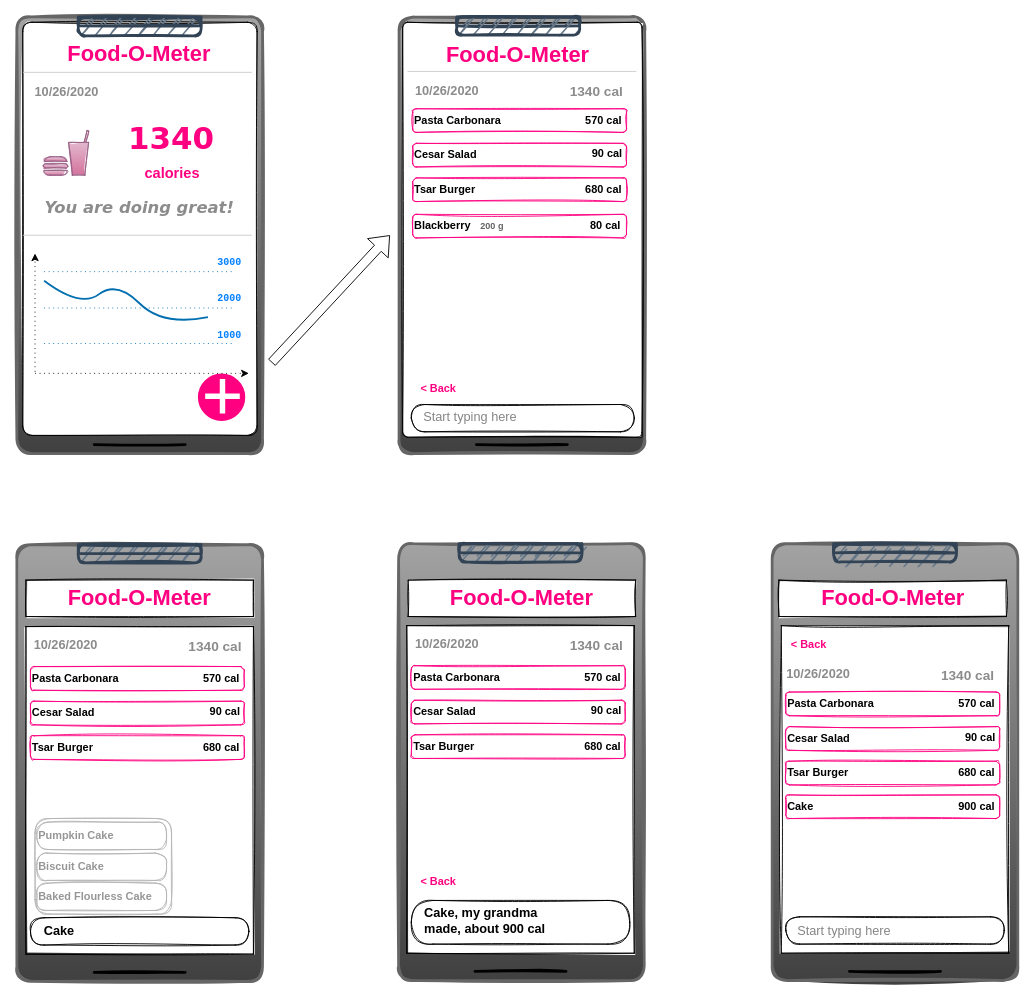
Above: mockups/main.drawio in pezzu/foodometer (draw.io), before the change. Source tidied: cells renumbered, new cells numbered last; positions are measured from the earlier drawing's top-left corner, leaving out a move shared by most shapes. Both pictures are drawn from the tidied source at 91%, with x=0, y=0 at pixel (15, 16).
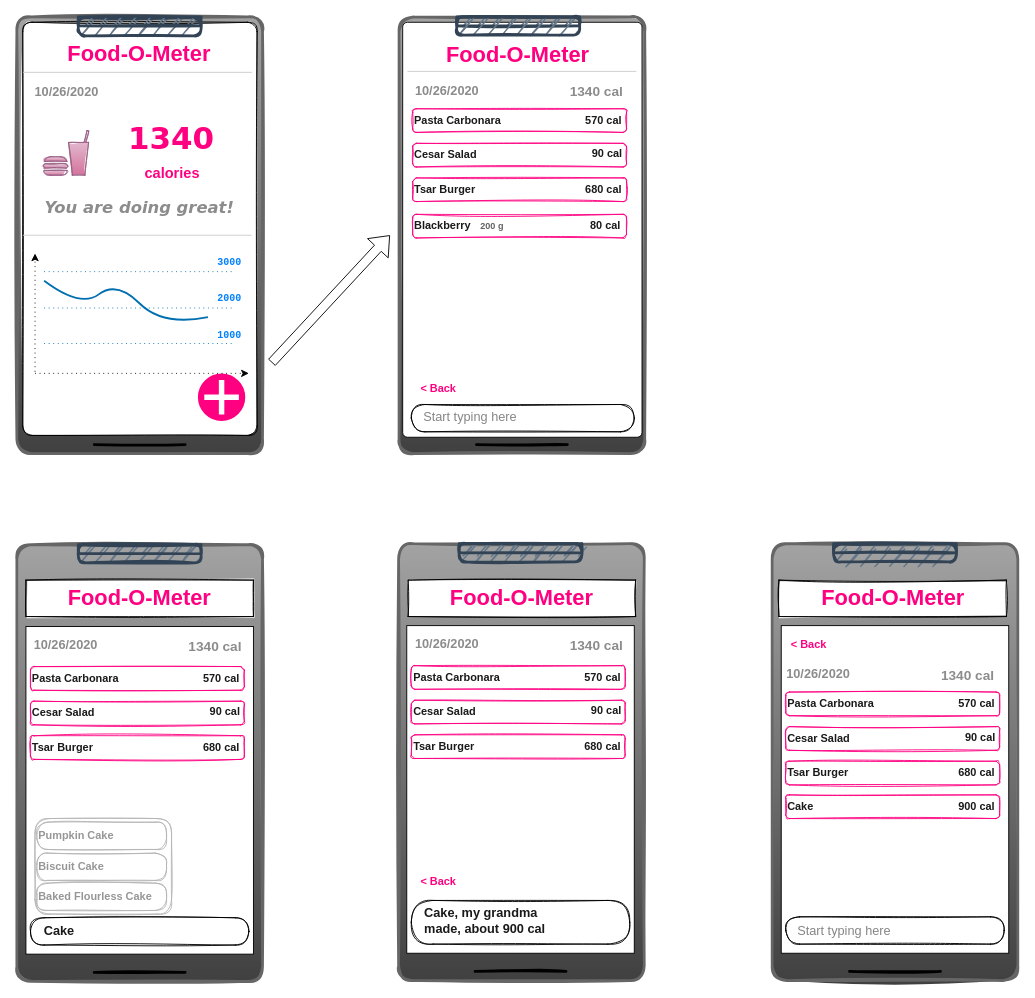
The same diagram, later.

Commit message:
Backgroung color set to white explicitly

Change to the diagram source:
```diff
@@
-    <mxCell id="21" style="rounded=1;whiteSpace=wrap;html=1;sketch=1;strokeWidth=1;fillStyle=solid;arcSize=2;" parent="1" vertex="1">
+    <mxCell id="21" style="rounded=1;whiteSpace=wrap;html=1;sketch=0;strokeWidth=1;fillStyle=auto;arcSize=2;fillColor=#FFFFFF;" parent="1" vertex="1">
       <mxGeometry x="426" y="6" width="263" height="456" as="geometry" />
     </mxCell>
@@
-    <mxCell id="25" value="&lt;b&gt;Pasta Carbonara&lt;/b&gt;" style="rounded=1;whiteSpace=wrap;html=1;sketch=1;strokeWidth=1;align=left;strokeColor=#FF0080;fillColor=none;" parent="1" vertex="1">
+    <mxCell id="25" value="&lt;b&gt;&lt;font color=&quot;#1a1a1a&quot;&gt;Pasta Carbonara&lt;/font&gt;&lt;/b&gt;" style="rounded=1;whiteSpace=wrap;html=1;sketch=1;strokeWidth=1;align=left;strokeColor=#FF0080;fillColor=none;" parent="1" vertex="1">
       <mxGeometry x="437" y="101" width="235" height="26" as="geometry" />
     </mxCell>
-    <mxCell id="26" value="&lt;b&gt;Cesar Salad&lt;/b&gt;" style="rounded=1;whiteSpace=wrap;html=1;sketch=1;strokeWidth=1;align=left;strokeColor=#FF0080;fillColor=none;" parent="1" vertex="1">
+    <mxCell id="26" value="&lt;b&gt;&lt;font color=&quot;#1a1a1a&quot;&gt;Cesar Salad&lt;/font&gt;&lt;/b&gt;" style="rounded=1;whiteSpace=wrap;html=1;sketch=1;strokeWidth=1;align=left;strokeColor=#FF0080;fillColor=none;" parent="1" vertex="1">
       <mxGeometry x="437" y="139" width="235" height="26" as="geometry" />
     </mxCell>
-    <mxCell id="27" value="&lt;b&gt;Tsar Burger&lt;/b&gt;" style="rounded=1;whiteSpace=wrap;html=1;sketch=1;strokeWidth=1;align=left;fillColor=none;strokeColor=#FF0080;" parent="1" vertex="1">
+    <mxCell id="27" value="&lt;b&gt;&lt;font color=&quot;#1a1a1a&quot;&gt;Tsar Burger&lt;/font&gt;&lt;/b&gt;" style="rounded=1;whiteSpace=wrap;html=1;sketch=1;strokeWidth=1;align=left;fillColor=none;strokeColor=#FF0080;" parent="1" vertex="1">
       <mxGeometry x="437" y="177" width="235" height="26" as="geometry" />
     </mxCell>
-    <mxCell id="28" value="&lt;b&gt;570 cal&lt;/b&gt;" style="text;html=1;strokeColor=none;fillColor=none;align=center;verticalAlign=middle;whiteSpace=wrap;rounded=0;sketch=1;" parent="1" vertex="1">
+    <mxCell id="28" value="&lt;b&gt;&lt;font color=&quot;#1a1a1a&quot;&gt;570 cal&lt;/font&gt;&lt;/b&gt;" style="text;html=1;strokeColor=none;fillColor=none;align=center;verticalAlign=middle;whiteSpace=wrap;rounded=0;sketch=1;" parent="1" vertex="1">
       <mxGeometry x="622" y="104" width="50" height="20" as="geometry" />
     </mxCell>
-    <mxCell id="29" value="&lt;b&gt;90 cal&lt;/b&gt;" style="text;html=1;strokeColor=none;fillColor=none;align=center;verticalAlign=middle;whiteSpace=wrap;rounded=0;sketch=1;" parent="1" vertex="1">
+    <mxCell id="29" value="&lt;b&gt;&lt;font color=&quot;#1a1a1a&quot;&gt;90 cal&lt;/font&gt;&lt;/b&gt;" style="text;html=1;strokeColor=none;fillColor=none;align=center;verticalAlign=middle;whiteSpace=wrap;rounded=0;sketch=1;" parent="1" vertex="1">
       <mxGeometry x="626" y="141" width="50" height="20" as="geometry" />
     </mxCell>
-    <mxCell id="30" value="&lt;b&gt;680 cal&lt;/b&gt;" style="text;html=1;strokeColor=none;fillColor=none;align=center;verticalAlign=middle;whiteSpace=wrap;rounded=0;sketch=1;" parent="1" vertex="1">
+    <mxCell id="30" value="&lt;b&gt;&lt;font color=&quot;#1a1a1a&quot;&gt;680 cal&lt;/font&gt;&lt;/b&gt;" style="text;html=1;strokeColor=none;fillColor=none;align=center;verticalAlign=middle;whiteSpace=wrap;rounded=0;sketch=1;" parent="1" vertex="1">
       <mxGeometry x="622" y="180" width="50" height="20" as="geometry" />
     </mxCell>
-    <mxCell id="31" value="&lt;b&gt;Blackberry&lt;/b&gt;" style="rounded=1;whiteSpace=wrap;html=1;sketch=1;strokeWidth=1;align=left;fillColor=none;strokeColor=#FF0080;" parent="1" vertex="1">
+    <mxCell id="31" value="&lt;b&gt;&lt;font color=&quot;#1a1a1a&quot;&gt;Blackberry&lt;/font&gt;&lt;/b&gt;" style="rounded=1;whiteSpace=wrap;html=1;sketch=1;strokeWidth=1;align=left;fillColor=none;strokeColor=#FF0080;" parent="1" vertex="1">
       <mxGeometry x="437" y="217" width="235" height="26" as="geometry" />
     </mxCell>
@@
-    <mxCell id="33" value="&lt;b&gt;80 cal&lt;/b&gt;" style="text;html=1;strokeColor=none;fillColor=none;align=center;verticalAlign=middle;whiteSpace=wrap;rounded=0;sketch=1;" parent="1" vertex="1">
+    <mxCell id="33" value="&lt;b&gt;&lt;font color=&quot;#1a1a1a&quot;&gt;80 cal&lt;/font&gt;&lt;/b&gt;" style="text;html=1;strokeColor=none;fillColor=none;align=center;verticalAlign=middle;whiteSpace=wrap;rounded=0;sketch=1;" parent="1" vertex="1">
       <mxGeometry x="624" y="220" width="50" height="20" as="geometry" />
     </mxCell>
@@
-    <mxCell id="38" style="rounded=0;whiteSpace=wrap;html=1;sketch=1;strokeWidth=1;" parent="1" vertex="1">
+    <mxCell id="38" style="rounded=0;whiteSpace=wrap;html=1;sketch=0;strokeWidth=1;fillColor=#FFFFFF;" parent="1" vertex="1">
       <mxGeometry x="12" y="670" width="250" height="360" as="geometry" />
     </mxCell>
@@
-    <mxCell id="40" value="&lt;font style=&quot;font-size: 14px&quot;&gt;&lt;b&gt;Cake&lt;/b&gt;&lt;/font&gt;" style="text;html=1;strokeColor=none;fillColor=none;align=left;verticalAlign=middle;whiteSpace=wrap;rounded=0;sketch=1;" parent="1" vertex="1">
+    <mxCell id="40" value="&lt;font style=&quot;font-size: 14px&quot; color=&quot;#1a1a1a&quot;&gt;&lt;b&gt;Cake&lt;/b&gt;&lt;/font&gt;" style="text;html=1;strokeColor=none;fillColor=none;align=left;verticalAlign=middle;whiteSpace=wrap;rounded=0;sketch=1;" parent="1" vertex="1">
       <mxGeometry x="29.5" y="995" width="162.5" height="20" as="geometry" />
     </mxCell>
-    <mxCell id="41" value="&lt;b&gt;Pasta Carbonara&lt;/b&gt;" style="rounded=1;whiteSpace=wrap;html=1;sketch=1;strokeWidth=1;align=left;fillColor=none;strokeColor=#FF0080;" parent="1" vertex="1">
+    <mxCell id="41" value="&lt;b&gt;&lt;font color=&quot;#1a1a1a&quot;&gt;Pasta Carbonara&lt;/font&gt;&lt;/b&gt;" style="rounded=1;whiteSpace=wrap;html=1;sketch=1;strokeWidth=1;align=left;fillColor=none;strokeColor=#FF0080;" parent="1" vertex="1">
       <mxGeometry x="17" y="714" width="235" height="26" as="geometry" />
     </mxCell>
-    <mxCell id="42" value="&lt;b&gt;Cesar Salad&lt;/b&gt;" style="rounded=1;whiteSpace=wrap;html=1;sketch=1;strokeWidth=1;align=left;fillColor=none;strokeColor=#FF0080;" parent="1" vertex="1">
+    <mxCell id="42" value="&lt;b&gt;&lt;font color=&quot;#1a1a1a&quot;&gt;Cesar Salad&lt;/font&gt;&lt;/b&gt;" style="rounded=1;whiteSpace=wrap;html=1;sketch=1;strokeWidth=1;align=left;fillColor=none;strokeColor=#FF0080;" parent="1" vertex="1">
       <mxGeometry x="17" y="752" width="235" height="26" as="geometry" />
     </mxCell>
-    <mxCell id="43" value="&lt;b&gt;Tsar Burger&lt;/b&gt;" style="rounded=1;whiteSpace=wrap;html=1;sketch=1;strokeWidth=1;align=left;fillColor=none;strokeColor=#FF0080;" parent="1" vertex="1">
+    <mxCell id="43" value="&lt;b&gt;&lt;font color=&quot;#1a1a1a&quot;&gt;Tsar Burger&lt;/font&gt;&lt;/b&gt;" style="rounded=1;whiteSpace=wrap;html=1;sketch=1;strokeWidth=1;align=left;fillColor=none;strokeColor=#FF0080;" parent="1" vertex="1">
       <mxGeometry x="17" y="790" width="235" height="26" as="geometry" />
     </mxCell>
-    <mxCell id="44" value="&lt;b&gt;570 cal&lt;/b&gt;" style="text;html=1;strokeColor=none;fillColor=none;align=center;verticalAlign=middle;whiteSpace=wrap;rounded=0;sketch=1;" parent="1" vertex="1">
+    <mxCell id="44" value="&lt;b&gt;&lt;font color=&quot;#1a1a1a&quot;&gt;570 cal&lt;/font&gt;&lt;/b&gt;" style="text;html=1;strokeColor=none;fillColor=none;align=center;verticalAlign=middle;whiteSpace=wrap;rounded=0;sketch=1;" parent="1" vertex="1">
       <mxGeometry x="202" y="717" width="50" height="20" as="geometry" />
     </mxCell>
-    <mxCell id="45" value="&lt;b&gt;90 cal&lt;/b&gt;" style="text;html=1;strokeColor=none;fillColor=none;align=center;verticalAlign=middle;whiteSpace=wrap;rounded=0;sketch=1;" parent="1" vertex="1">
+    <mxCell id="45" value="&lt;b&gt;&lt;font color=&quot;#1a1a1a&quot;&gt;90 cal&lt;/font&gt;&lt;/b&gt;" style="text;html=1;strokeColor=none;fillColor=none;align=center;verticalAlign=middle;whiteSpace=wrap;rounded=0;sketch=1;" parent="1" vertex="1">
       <mxGeometry x="206" y="754" width="50" height="20" as="geometry" />
     </mxCell>
-    <mxCell id="46" value="&lt;b&gt;680 cal&lt;/b&gt;" style="text;html=1;strokeColor=none;fillColor=none;align=center;verticalAlign=middle;whiteSpace=wrap;rounded=0;sketch=1;" parent="1" vertex="1">
+    <mxCell id="46" value="&lt;b&gt;&lt;font color=&quot;#1a1a1a&quot;&gt;680 cal&lt;/font&gt;&lt;/b&gt;" style="text;html=1;strokeColor=none;fillColor=none;align=center;verticalAlign=middle;whiteSpace=wrap;rounded=0;sketch=1;" parent="1" vertex="1">
       <mxGeometry x="202" y="793" width="50" height="20" as="geometry" />
     </mxCell>
@@
-    <mxCell id="55" style="rounded=0;whiteSpace=wrap;html=1;sketch=1;strokeWidth=1;" parent="1" vertex="1">
+    <mxCell id="55" style="rounded=0;whiteSpace=wrap;html=1;sketch=0;strokeWidth=1;fillColor=#FFFFFF;" parent="1" vertex="1">
       <mxGeometry x="430.5" y="669" width="250" height="360" as="geometry" />
     </mxCell>
@@
-    <mxCell id="58" value="&lt;font style=&quot;font-size: 14px&quot;&gt;&lt;b&gt;Cake, my grandma made, about 900 cal&lt;/b&gt;&lt;/font&gt;" style="text;html=1;strokeColor=none;fillColor=none;align=left;verticalAlign=middle;whiteSpace=wrap;rounded=0;sketch=1;" parent="1" vertex="1">
+    <mxCell id="58" value="&lt;font style=&quot;font-size: 14px&quot; color=&quot;#1a1a1a&quot;&gt;&lt;b&gt;Cake, my grandma made, about 900 cal&lt;/b&gt;&lt;/font&gt;" style="text;html=1;strokeColor=none;fillColor=none;align=left;verticalAlign=middle;whiteSpace=wrap;rounded=0;sketch=1;" parent="1" vertex="1">
       <mxGeometry x="448" y="971" width="162.5" height="43" as="geometry" />
     </mxCell>
-    <mxCell id="59" value="&lt;b&gt;Pasta Carbonara&lt;/b&gt;" style="rounded=1;whiteSpace=wrap;html=1;sketch=1;strokeWidth=1;align=left;fillColor=none;strokeColor=#FF0080;" parent="1" vertex="1">
+    <mxCell id="59" value="&lt;b&gt;&lt;font color=&quot;#1a1a1a&quot;&gt;Pasta Carbonara&lt;/font&gt;&lt;/b&gt;" style="rounded=1;whiteSpace=wrap;html=1;sketch=1;strokeWidth=1;align=left;fillColor=none;strokeColor=#FF0080;" parent="1" vertex="1">
       <mxGeometry x="435.5" y="713" width="235" height="26" as="geometry" />
     </mxCell>
-    <mxCell id="60" value="&lt;b&gt;Cesar Salad&lt;/b&gt;" style="rounded=1;whiteSpace=wrap;html=1;sketch=1;strokeWidth=1;align=left;fillColor=none;strokeColor=#FF0080;" parent="1" vertex="1">
+    <mxCell id="60" value="&lt;b&gt;&lt;font color=&quot;#1a1a1a&quot;&gt;Cesar Salad&lt;/font&gt;&lt;/b&gt;" style="rounded=1;whiteSpace=wrap;html=1;sketch=1;strokeWidth=1;align=left;fillColor=none;strokeColor=#FF0080;" parent="1" vertex="1">
       <mxGeometry x="435.5" y="751" width="235" height="26" as="geometry" />
     </mxCell>
-    <mxCell id="61" value="&lt;b&gt;Tsar Burger&lt;/b&gt;" style="rounded=1;whiteSpace=wrap;html=1;sketch=1;strokeWidth=1;align=left;fillColor=none;strokeColor=#FF0080;" parent="1" vertex="1">
+    <mxCell id="61" value="&lt;b&gt;&lt;font color=&quot;#1a1a1a&quot;&gt;Tsar Burger&lt;/font&gt;&lt;/b&gt;" style="rounded=1;whiteSpace=wrap;html=1;sketch=1;strokeWidth=1;align=left;fillColor=none;strokeColor=#FF0080;" parent="1" vertex="1">
       <mxGeometry x="435.5" y="789" width="235" height="26" as="geometry" />
     </mxCell>
-    <mxCell id="62" value="&lt;b&gt;570 cal&lt;/b&gt;" style="text;html=1;strokeColor=none;fillColor=none;align=center;verticalAlign=middle;whiteSpace=wrap;rounded=0;sketch=1;" parent="1" vertex="1">
+    <mxCell id="62" value="&lt;b&gt;&lt;font color=&quot;#1a1a1a&quot;&gt;570 cal&lt;/font&gt;&lt;/b&gt;" style="text;html=1;strokeColor=none;fillColor=none;align=center;verticalAlign=middle;whiteSpace=wrap;rounded=0;sketch=1;" parent="1" vertex="1">
       <mxGeometry x="620.5" y="716" width="50" height="20" as="geometry" />
     </mxCell>
-    <mxCell id="63" value="&lt;b&gt;90 cal&lt;/b&gt;" style="text;html=1;strokeColor=none;fillColor=none;align=center;verticalAlign=middle;whiteSpace=wrap;rounded=0;sketch=1;" parent="1" vertex="1">
+    <mxCell id="63" value="&lt;b&gt;&lt;font color=&quot;#1a1a1a&quot;&gt;90 cal&lt;/font&gt;&lt;/b&gt;" style="text;html=1;strokeColor=none;fillColor=none;align=center;verticalAlign=middle;whiteSpace=wrap;rounded=0;sketch=1;" parent="1" vertex="1">
       <mxGeometry x="624.5" y="753" width="50" height="20" as="geometry" />
     </mxCell>
-    <mxCell id="64" value="&lt;b&gt;680 cal&lt;/b&gt;" style="text;html=1;strokeColor=none;fillColor=none;align=center;verticalAlign=middle;whiteSpace=wrap;rounded=0;sketch=1;" parent="1" vertex="1">
+    <mxCell id="64" value="&lt;b&gt;&lt;font color=&quot;#1a1a1a&quot;&gt;680 cal&lt;/font&gt;&lt;/b&gt;" style="text;html=1;strokeColor=none;fillColor=none;align=center;verticalAlign=middle;whiteSpace=wrap;rounded=0;sketch=1;" parent="1" vertex="1">
       <mxGeometry x="620.5" y="792" width="50" height="20" as="geometry" />
     </mxCell>
@@
-    <mxCell id="70" style="rounded=0;whiteSpace=wrap;html=1;sketch=1;strokeWidth=1;" parent="1" vertex="1">
+    <mxCell id="70" style="rounded=0;whiteSpace=wrap;html=1;sketch=0;strokeWidth=1;fillColor=#FFFFFF;" parent="1" vertex="1">
       <mxGeometry x="842" y="669" width="250" height="360" as="geometry" />
     </mxCell>
-    <mxCell id="71" value="&lt;b&gt;Pasta Carbonara&lt;/b&gt;" style="rounded=1;whiteSpace=wrap;html=1;sketch=1;strokeWidth=1;align=left;fillColor=none;strokeColor=#FF0080;" parent="1" vertex="1">
+    <mxCell id="71" value="&lt;b&gt;&lt;font color=&quot;#1a1a1a&quot;&gt;Pasta Carbonara&lt;/font&gt;&lt;/b&gt;" style="rounded=1;whiteSpace=wrap;html=1;sketch=1;strokeWidth=1;align=left;fillColor=none;strokeColor=#FF0080;" parent="1" vertex="1">
       <mxGeometry x="847" y="742" width="235" height="26" as="geometry" />
     </mxCell>
-    <mxCell id="72" value="&lt;b&gt;Cesar Salad&lt;/b&gt;" style="rounded=1;whiteSpace=wrap;html=1;sketch=1;strokeWidth=1;align=left;fillColor=none;strokeColor=#FF0080;" parent="1" vertex="1">
+    <mxCell id="72" value="&lt;b&gt;&lt;font color=&quot;#1a1a1a&quot;&gt;Cesar Salad&lt;/font&gt;&lt;/b&gt;" style="rounded=1;whiteSpace=wrap;html=1;sketch=1;strokeWidth=1;align=left;fillColor=none;strokeColor=#FF0080;" parent="1" vertex="1">
       <mxGeometry x="847" y="780" width="235" height="26" as="geometry" />
     </mxCell>
-    <mxCell id="73" value="&lt;b&gt;Tsar Burger&lt;/b&gt;" style="rounded=1;whiteSpace=wrap;html=1;sketch=1;strokeWidth=1;align=left;fillColor=none;strokeColor=#FF0080;" parent="1" vertex="1">
+    <mxCell id="73" value="&lt;b&gt;&lt;font color=&quot;#1a1a1a&quot;&gt;Tsar Burger&lt;/font&gt;&lt;/b&gt;" style="rounded=1;whiteSpace=wrap;html=1;sketch=1;strokeWidth=1;align=left;fillColor=none;strokeColor=#FF0080;" parent="1" vertex="1">
       <mxGeometry x="847" y="818" width="235" height="26" as="geometry" />
     </mxCell>
-    <mxCell id="74" value="&lt;b&gt;570 cal&lt;/b&gt;" style="text;html=1;strokeColor=none;fillColor=none;align=center;verticalAlign=middle;whiteSpace=wrap;rounded=0;sketch=1;" parent="1" vertex="1">
+    <mxCell id="74" value="&lt;b&gt;&lt;font color=&quot;#1a1a1a&quot;&gt;570 cal&lt;/font&gt;&lt;/b&gt;" style="text;html=1;strokeColor=none;fillColor=none;align=center;verticalAlign=middle;whiteSpace=wrap;rounded=0;sketch=1;" parent="1" vertex="1">
       <mxGeometry x="1032" y="745" width="50" height="20" as="geometry" />
     </mxCell>
-    <mxCell id="75" value="&lt;b&gt;90 cal&lt;/b&gt;" style="text;html=1;strokeColor=none;fillColor=none;align=center;verticalAlign=middle;whiteSpace=wrap;rounded=0;sketch=1;" parent="1" vertex="1">
+    <mxCell id="75" value="&lt;b&gt;&lt;font color=&quot;#1a1a1a&quot;&gt;90 cal&lt;/font&gt;&lt;/b&gt;" style="text;html=1;strokeColor=none;fillColor=none;align=center;verticalAlign=middle;whiteSpace=wrap;rounded=0;sketch=1;" parent="1" vertex="1">
       <mxGeometry x="1036" y="782" width="50" height="20" as="geometry" />
     </mxCell>
-    <mxCell id="76" value="&lt;b&gt;680 cal&lt;/b&gt;" style="text;html=1;strokeColor=none;fillColor=none;align=center;verticalAlign=middle;whiteSpace=wrap;rounded=0;sketch=1;" parent="1" vertex="1">
+    <mxCell id="76" value="&lt;b&gt;&lt;font color=&quot;#1a1a1a&quot;&gt;680 cal&lt;/font&gt;&lt;/b&gt;" style="text;html=1;strokeColor=none;fillColor=none;align=center;verticalAlign=middle;whiteSpace=wrap;rounded=0;sketch=1;" parent="1" vertex="1">
       <mxGeometry x="1032" y="821" width="50" height="20" as="geometry" />
     </mxCell>
@@
-    <mxCell id="79" value="&lt;b&gt;Cake&lt;/b&gt;" style="rounded=1;whiteSpace=wrap;html=1;sketch=1;strokeWidth=1;align=left;fillColor=none;strokeColor=#FF0080;" parent="1" vertex="1">
+    <mxCell id="79" value="&lt;b&gt;&lt;font color=&quot;#1a1a1a&quot;&gt;Cake&lt;/font&gt;&lt;/b&gt;" style="rounded=1;whiteSpace=wrap;html=1;sketch=1;strokeWidth=1;align=left;fillColor=none;strokeColor=#FF0080;" parent="1" vertex="1">
       <mxGeometry x="847" y="855" width="235" height="26" as="geometry" />
     </mxCell>
-    <mxCell id="80" value="&lt;b&gt;900 cal&lt;/b&gt;" style="text;html=1;strokeColor=none;fillColor=none;align=center;verticalAlign=middle;whiteSpace=wrap;rounded=0;sketch=1;" parent="1" vertex="1">
+    <mxCell id="80" value="&lt;b&gt;&lt;font color=&quot;#1a1a1a&quot;&gt;900 cal&lt;/font&gt;&lt;/b&gt;" style="text;html=1;strokeColor=none;fillColor=none;align=center;verticalAlign=middle;whiteSpace=wrap;rounded=0;sketch=1;" parent="1" vertex="1">
       <mxGeometry x="1032" y="858" width="50" height="20" as="geometry" />
     </mxCell>
     <mxCell id="81" style="shape=cross;whiteSpace=wrap;html=1;sketch=0;strokeColor=#FF0080;strokeWidth=2;fillColor=#FFFFFF;" parent="1" vertex="1">
-      <mxGeometry x="208" y="397" width="40" height="40" as="geometry" />
+      <mxGeometry x="207" y="398" width="40" height="40" as="geometry" />
     </mxCell>
```
